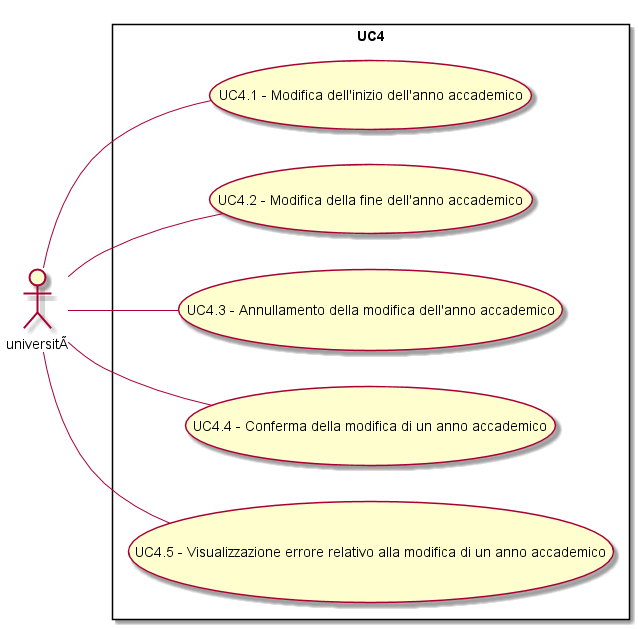
The PlantUML diagram Analisi dei requisiti/img/UC4.png in SOS-SonsOfSwe/Marvin, before a commit.
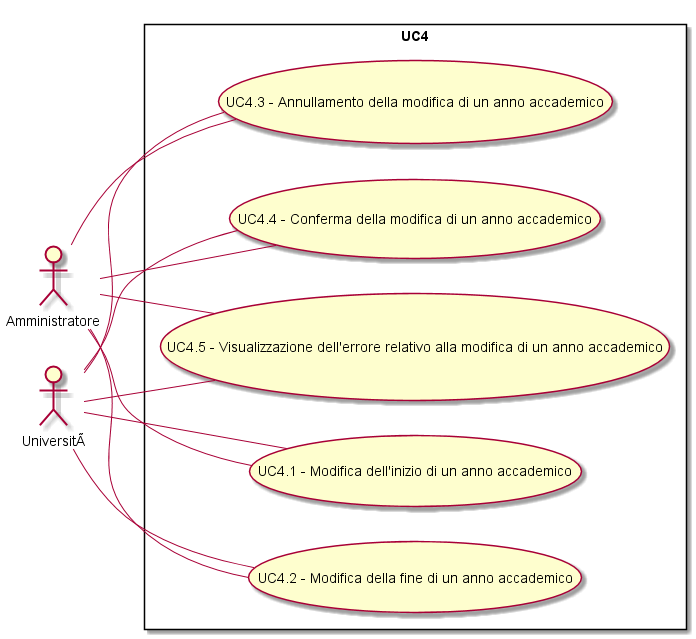
The same file after the commit.

Change to the diagram source:
```diff
@@ -1,12 +1,18 @@
 @startuml
 left to right direction
 skinparam packageStyle rectangle
-actor università
+actor Amministratore
+actor Università
 rectangle UC4 {
-università -- (UC4.1 - Modifica dell'inizio dell'anno accademico)
-università -- (UC4.2 - Modifica della fine dell'anno accademico)
-università -- (UC4.3 - Annullamento della modifica dell'anno accademico)
-università -- (UC4.4 - Conferma della modifica di un anno accademico)
-università -- (UC4.5 - Visualizzazione errore relativo alla modifica di un anno accademico)
+Amministratore -- (UC4.1 - Modifica dell'inizio di un anno accademico)
+Amministratore -- (UC4.2 - Modifica della fine di un anno accademico)
+Amministratore -- (UC4.3 - Annullamento della modifica di un anno accademico)
+Amministratore -- (UC4.4 - Conferma della modifica di un anno accademico)
+Amministratore -- (UC4.5 - Visualizzazione dell'errore relativo alla modifica di un anno accademico)
+Università -- (UC4.1 - Modifica dell'inizio di un anno accademico)
+Università -- (UC4.2 - Modifica della fine di un anno accademico)
+Università -- (UC4.3 - Annullamento della modifica di un anno accademico)
+Università -- (UC4.4 - Conferma della modifica di un anno accademico)
+Università -- (UC4.5 - Visualizzazione dell'errore relativo alla modifica di un anno accademico)
 }
 @enduml
```
